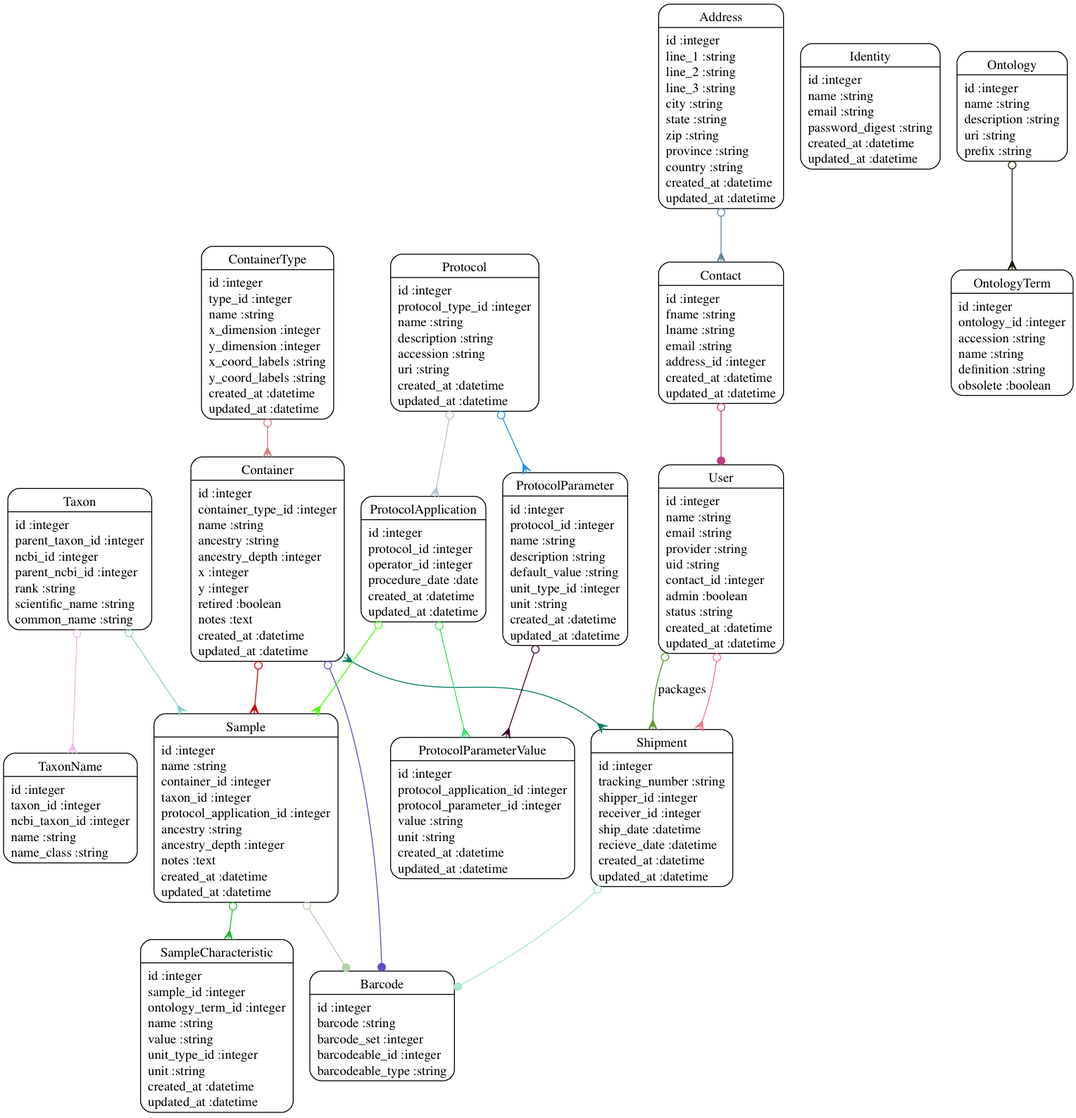
dimitras/collos keeps this Graphviz diagram as models.png. Above is the earlier version. Its source is kept beside it as models.dot.
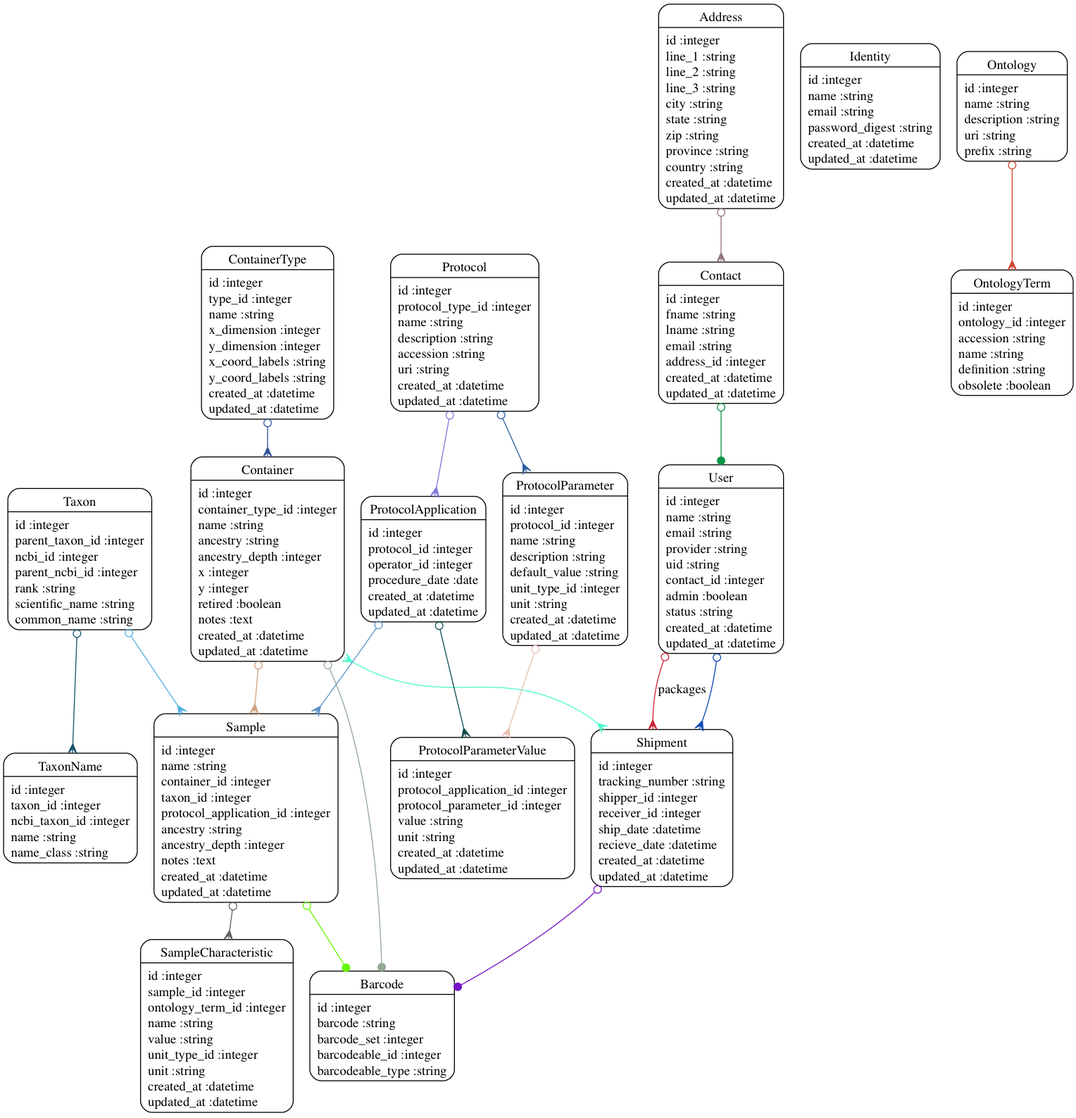
Above is the later version.

Commit message:
sample in flux, trying to get new samples made.

Diff of the diagram source:
```diff
@@ -18,23 +18,23 @@
 	"Taxon" [shape=Mrecord, label="{Taxon|id :integer\lparent_taxon_id :integer\lncbi_id :integer\lparent_ncbi_id :integer\lrank :string\lscientific_name :string\lcommon_name :string\l}"]
 	"TaxonName" [shape=Mrecord, label="{TaxonName|id :integer\ltaxon_id :integer\lncbi_taxon_id :integer\lname :string\lname_class :string\l}"]
 	"User" [shape=Mrecord, label="{User|id :integer\lname :string\lemail :string\lprovider :string\luid :string\lcontact_id :integer\ladmin :boolean\lstatus :string\lcreated_at :datetime\lupdated_at :datetime\l}"]
-	"Address" -> "Contact" [arrowtail=odot, arrowhead=crow, dir=both color="#668498"]
-	"Contact" -> "User" [arrowtail=odot, arrowhead=dot, dir=both color="#B83E7F"]
-	"Container" -> "Sample" [arrowtail=odot, arrowhead=crow, dir=both color="#C60910"]
-	"Container" -> "Barcode" [arrowtail=odot, arrowhead=dot, dir=both color="#644DC2"]
-	"Container" -> "Shipment" [arrowtail=crow, arrowhead=crow, dir=both color="#047A64"]
-	"ContainerType" -> "Container" [arrowtail=odot, arrowhead=crow, dir=both color="#D77A7E"]
-	"Ontology" -> "OntologyTerm" [arrowtail=odot, arrowhead=crow, dir=both color="#1B1A03"]
-	"Protocol" -> "ProtocolApplication" [arrowtail=odot, arrowhead=crow, dir=both color="#B5C5D4"]
-	"Protocol" -> "ProtocolParameter" [arrowtail=odot, arrowhead=crow, dir=both color="#2692E2"]
-	"ProtocolApplication" -> "Sample" [arrowtail=odot, arrowhead=crow, dir=both color="#53F60E"]
-	"ProtocolApplication" -> "ProtocolParameterValue" [arrowtail=odot, arrowhead=crow, dir=both color="#3BE069"]
-	"ProtocolParameter" -> "ProtocolParameterValue" [arrowtail=odot, arrowhead=crow, dir=both color="#3C0231"]
-	"Sample" -> "Barcode" [arrowtail=odot, arrowhead=dot, dir=both color="#B2D2AC"]
-	"Sample" -> "SampleCharacteristic" [arrowtail=odot, arrowhead=crow, dir=both color="#2BB63A"]
-	"Shipment" -> "Barcode" [arrowtail=odot, arrowhead=dot, dir=both color="#AAE6CA"]
-	"Taxon" -> "Sample" [arrowtail=odot, arrowhead=crow, dir=both color="#87D1CC"]
-	"Taxon" -> "TaxonName" [arrowtail=odot, arrowhead=crow, dir=both color="#EBBBE9"]
-	"User" -> "Shipment" [arrowtail=odot, arrowhead=crow, dir=both color="#F87488"]
-	"User" -> "Shipment" [label="packages", arrowtail=odot, arrowhead=crow, dir=both color="#5E9A2D"]
+	"Address" -> "Contact" [arrowtail=odot, arrowhead=crow, dir=both color="#927284"]
+	"Contact" -> "User" [arrowtail=odot, arrowhead=dot, dir=both color="#0B9546"]
+	"Container" -> "Sample" [arrowtail=odot, arrowhead=crow, dir=both color="#CFA17F"]
+	"Container" -> "Barcode" [arrowtail=odot, arrowhead=dot, dir=both color="#93AA95"]
+	"Container" -> "Shipment" [arrowtail=crow, arrowhead=crow, dir=both color="#50FBCF"]
+	"ContainerType" -> "Container" [arrowtail=odot, arrowhead=crow, dir=both color="#34529C"]
+	"Ontology" -> "OntologyTerm" [arrowtail=odot, arrowhead=crow, dir=both color="#D04530"]
+	"Protocol" -> "ProtocolApplication" [arrowtail=odot, arrowhead=crow, dir=both color="#8279DC"]
+	"Protocol" -> "ProtocolParameter" [arrowtail=odot, arrowhead=crow, dir=both color="#2C5D9F"]
+	"ProtocolApplication" -> "Sample" [arrowtail=odot, arrowhead=crow, dir=both color="#5D93C7"]
+	"ProtocolApplication" -> "ProtocolParameterValue" [arrowtail=odot, arrowhead=crow, dir=both color="#134D4E"]
+	"ProtocolParameter" -> "ProtocolParameterValue" [arrowtail=odot, arrowhead=crow, dir=both color="#E8BEB2"]
+	"Sample" -> "Barcode" [arrowtail=odot, arrowhead=dot, dir=both color="#65F602"]
+	"Sample" -> "SampleCharacteristic" [arrowtail=odot, arrowhead=crow, dir=both color="#60635E"]
+	"Shipment" -> "Barcode" [arrowtail=odot, arrowhead=dot, dir=both color="#7713C7"]
+	"Taxon" -> "Sample" [arrowtail=odot, arrowhead=crow, dir=both color="#53ADE2"]
+	"Taxon" -> "TaxonName" [arrowtail=odot, arrowhead=crow, dir=both color="#17546B"]
+	"User" -> "Shipment" [arrowtail=odot, arrowhead=crow, dir=both color="#0D46B5"]
+	"User" -> "Shipment" [label="packages", arrowtail=odot, arrowhead=crow, dir=both color="#CE2334"]
 }
```
